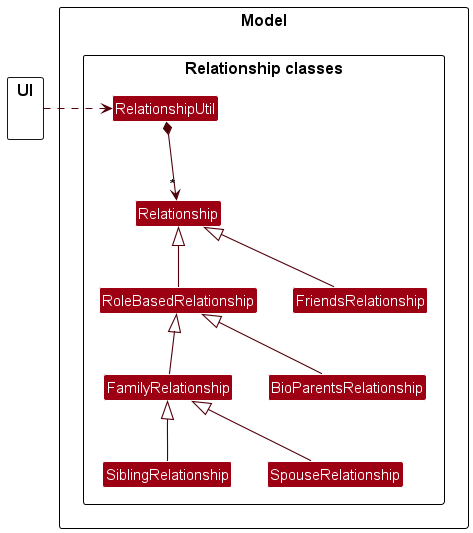
Earlier version of the PlantUML export docs/images/RelationshipClassDiagram.png (Emberlynn-Loo/tp). Its source is kept beside it as docs/diagrams/RelationshipClassDiagram.puml.
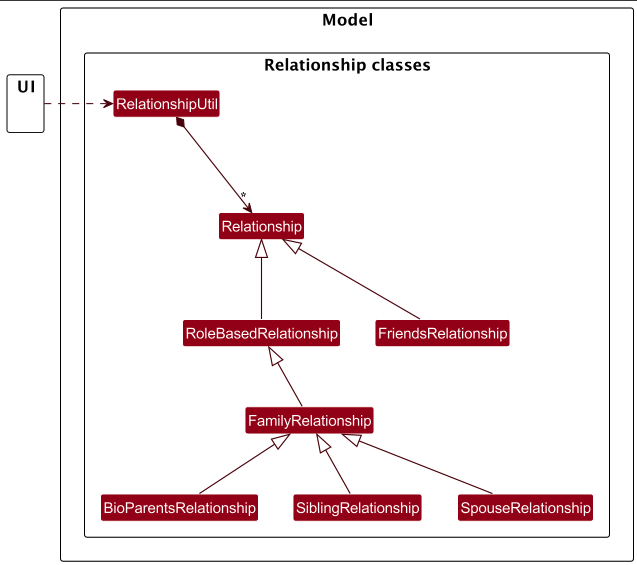
Later version of the same file.

Commit message:
Update Model(relationship portion) of DG. Additionally, add instructions for manual testing for all features

The edit, as a diff of the source:
```diff
@@ -29,10 +29,9 @@
 Relationship <|-- RoleBasedRelationship
 Relationship <|-- FriendsRelationship
 
-
-BioParentsRelationship -up-|> RoleBasedRelationship
 FamilyRelationship -up-|> RoleBasedRelationship
 
+BioParentsRelationship -up-|> FamilyRelationship
 SpouseRelationship -up-|> FamilyRelationship
 SiblingRelationship -up-|> FamilyRelationship
 
```
